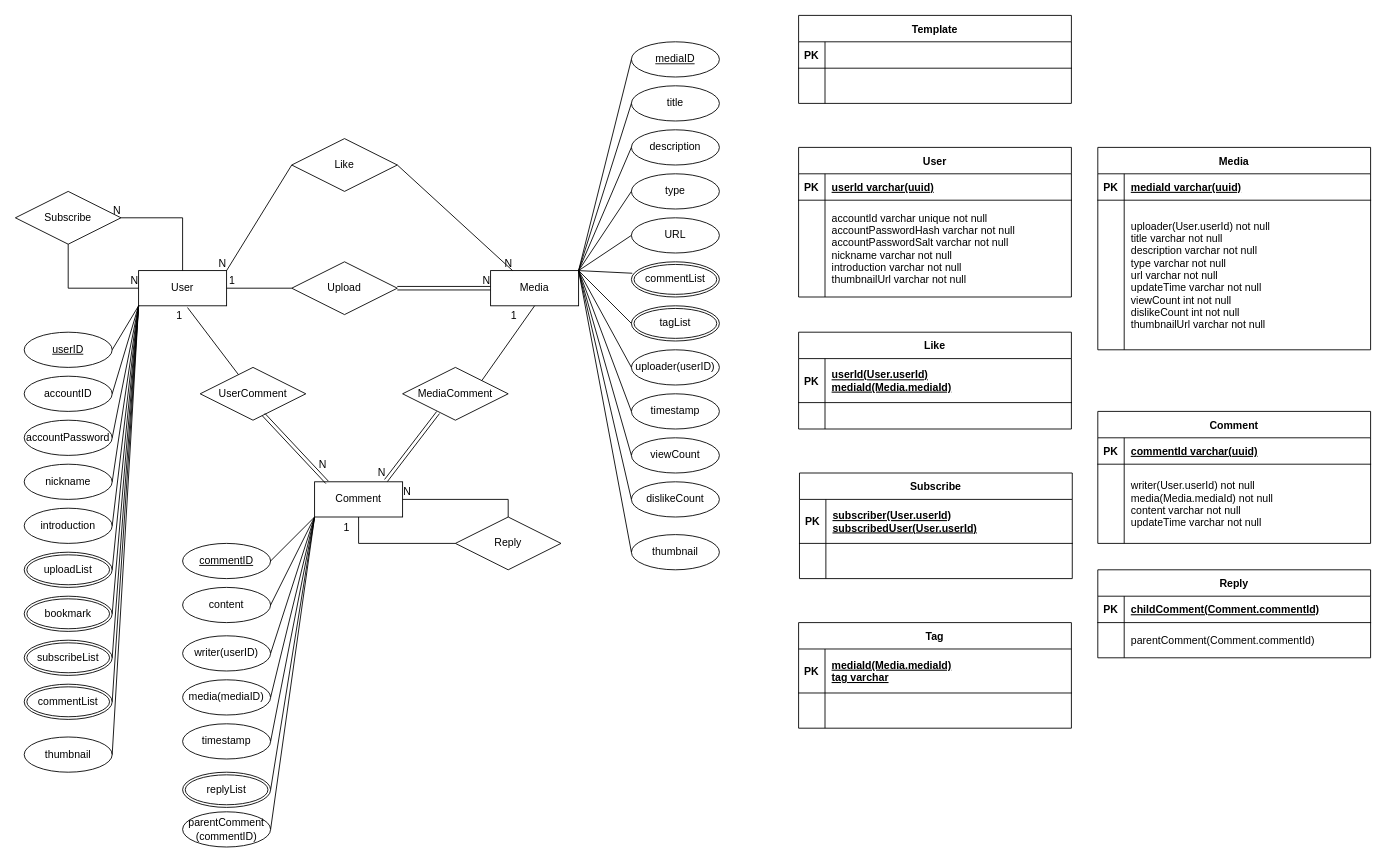
This is Schema.drawio from HubTea/MyMediaLibrary, a draw.io file, before an edit. Source tidied: cells renumbered, new cells numbered last; positions are measured from the earlier drawing's top-left corner, leaving out a move shared by most shapes. Both pictures are drawn from the tidied source at 88%, with x=0, y=0 at pixel (15, 15).
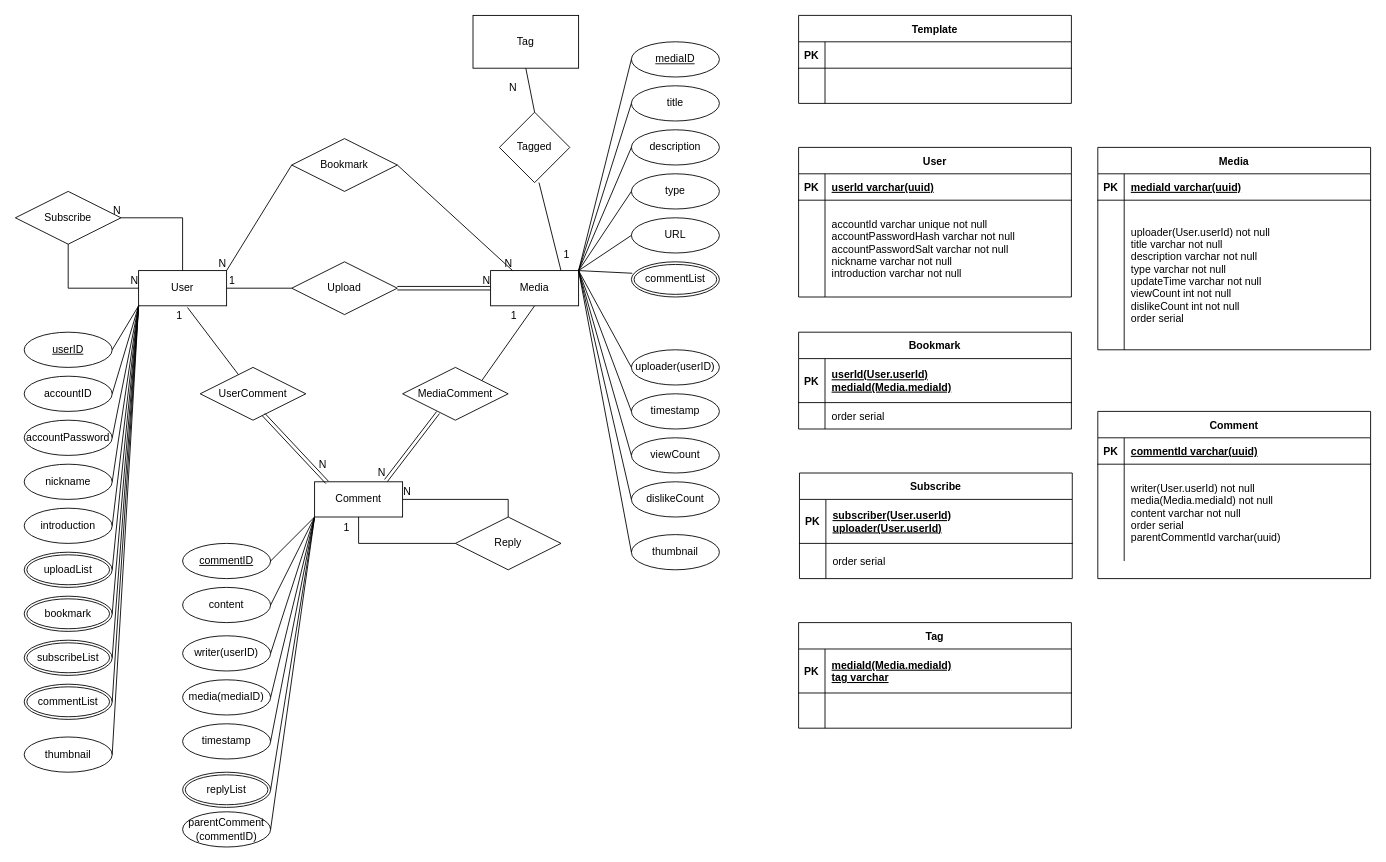
The same diagram, later.

Unchanged cells that the change refers to:
```xml
<mxCell id="85" style="shape=tableRow;horizontal=0;startSize=0;swimlaneHead=0;swimlaneBody=0;fillColor=none;top=0;left=0;right=0;bottom=0;" parent="81" vertex="1">
  <mxGeometry y="60" width="310" height="110" as="geometry" />
</mxCell>
<mxCell id="97" style="shape=tableRow;horizontal=0;startSize=0;swimlaneHead=0;swimlaneBody=0;fillColor=none;top=0;left=0;right=0;bottom=0;" parent="93" vertex="1">
  <mxGeometry y="80" width="310" height="30" as="geometry" />
</mxCell>
<mxCell id="108" style="shape=tableRow;horizontal=0;startSize=0;swimlaneHead=0;swimlaneBody=0;fillColor=none;top=0;left=0;right=0;bottom=1;" parent="107" vertex="1">
  <mxGeometry y="30" width="310" height="50" as="geometry" />
</mxCell>
<mxCell id="111" style="shape=tableRow;horizontal=0;startSize=0;swimlaneHead=0;swimlaneBody=0;fillColor=none;top=0;left=0;right=0;bottom=0;" parent="107" vertex="1">
  <mxGeometry y="80" width="310" height="40" as="geometry" />
</mxCell>
<mxCell id="118" style="shape=tableRow;horizontal=0;startSize=0;swimlaneHead=0;swimlaneBody=0;fillColor=none;top=0;left=0;right=0;bottom=0;" parent="114" vertex="1">
  <mxGeometry y="60" width="310" height="170" as="geometry" />
</mxCell>
```

What changed in the source:
```diff
@@
-    <mxCell id="65" value="tagList" style="ellipse;shape=doubleEllipse;margin=3;whiteSpace=wrap;html=1;align=center;" parent="1" vertex="1">
-      <mxGeometry x="700" y="330" width="100" height="40" as="geometry" />
-    </mxCell>
@@
-    <mxCell id="72" style="endArrow=none;html=1;rounded=0;entryX=0;entryY=0.5;entryDx=0;entryDy=0;" parent="1" edge="1" target="65">
-      <mxGeometry relative="1" as="geometry">
-        <mxPoint x="640" y="290" as="sourcePoint" />
-      </mxGeometry>
-    </mxCell>
@@
-    <mxCell id="87" value="accountId varchar unique not null&#10;accountPasswordHash varchar not null&#10;accountPasswordSalt varchar not null&#10;nickname varchar not null&#10;introduction varchar not null&#10;thumbnailUrl varchar not null" style="shape=partialRectangle;fillColor=none;top=0;left=0;bottom=0;right=0;align=left;spacingLeft=6;overflow=hidden;" parent="85" vertex="1">
+    <mxCell id="87" value="accountId varchar unique not null&#10;accountPasswordHash varchar not null&#10;accountPasswordSalt varchar not null&#10;nickname varchar not null&#10;introduction varchar not null" style="shape=partialRectangle;fillColor=none;top=0;left=0;bottom=0;right=0;align=left;spacingLeft=6;overflow=hidden;" parent="85" vertex="1">
       <mxGeometry x="30" width="280" height="110" as="geometry" />
     </mxCell>
-    <mxCell id="88" value="Like" style="shape=rhombus;perimeter=rhombusPerimeter;whiteSpace=wrap;html=1;align=center;" parent="1" vertex="1">
+    <mxCell id="88" value="Bookmark" style="shape=rhombus;perimeter=rhombusPerimeter;whiteSpace=wrap;html=1;align=center;" parent="1" vertex="1">
       <mxGeometry x="314" y="140" width="120" height="60" as="geometry" />
     </mxCell>
@@
-    <mxCell id="93" value="Like" style="shape=table;startSize=30;childLayout=tableLayout;rowLines=0;fontStyle=1;align=center;" parent="1" vertex="1">
+    <mxCell id="93" value="Bookmark" style="shape=table;startSize=30;childLayout=tableLayout;rowLines=0;fontStyle=1;align=center;" parent="1" vertex="1">
       <mxGeometry x="890" y="360" width="310" height="110" as="geometry" />
     </mxCell>
@@
-    <mxCell id="99" style="shape=partialRectangle;fillColor=none;top=0;left=0;bottom=0;right=0;align=left;spacingLeft=6;overflow=hidden;" parent="97" vertex="1">
+    <mxCell id="99" value="order serial" style="shape=partialRectangle;fillColor=none;top=0;left=0;bottom=0;right=0;align=left;spacingLeft=6;overflow=hidden;" parent="97" vertex="1">
       <mxGeometry x="30" width="280" height="30" as="geometry" />
     </mxCell>
@@
-    <mxCell id="110" value="subscriber(User.userId)&#10;subscribedUser(User.userId)" style="shape=partialRectangle;fillColor=none;top=0;left=0;bottom=0;right=0;align=left;spacingLeft=6;fontStyle=5;overflow=hidden;" parent="108" vertex="1">
+    <mxCell id="110" value="subscriber(User.userId)&#10;uploader(User.userId)" style="shape=partialRectangle;fillColor=none;top=0;left=0;bottom=0;right=0;align=left;spacingLeft=6;fontStyle=5;overflow=hidden;" parent="108" vertex="1">
       <mxGeometry x="30" width="280" height="50" as="geometry" />
     </mxCell>
@@
-    <mxCell id="113" style="shape=partialRectangle;fillColor=none;top=0;left=0;bottom=0;right=0;align=left;spacingLeft=6;overflow=hidden;" parent="111" vertex="1">
+    <mxCell id="113" value="order serial " style="shape=partialRectangle;fillColor=none;top=0;left=0;bottom=0;right=0;align=left;spacingLeft=6;overflow=hidden;" parent="111" vertex="1">
       <mxGeometry x="30" width="280" height="40" as="geometry" />
     </mxCell>
@@
-    <mxCell id="120" value="uploader(User.userId) not null&#10;title varchar not null&#10;description varchar not null&#10;type varchar not null&#10;url varchar not null&#10;updateTime varchar not null&#10;viewCount int not null&#10;dislikeCount int not null&#10;thumbnailUrl varchar not null" style="shape=partialRectangle;fillColor=none;top=0;left=0;bottom=0;right=0;align=left;spacingLeft=6;overflow=hidden;" parent="118" vertex="1">
+    <mxCell id="120" value="uploader(User.userId) not null&#10;title varchar not null&#10;description varchar not null&#10;type varchar not null&#10;updateTime varchar not null&#10;viewCount int not null&#10;dislikeCount int not null&#10;order serial" style="shape=partialRectangle;fillColor=none;top=0;left=0;bottom=0;right=0;align=left;spacingLeft=6;overflow=hidden;" parent="118" vertex="1">
       <mxGeometry x="30" width="280" height="170" as="geometry" />
     </mxCell>
     <mxCell id="121" value="Comment" style="shape=table;startSize=30;childLayout=tableLayout;rowLines=0;fontStyle=1;align=center;" parent="1" vertex="1">
-      <mxGeometry x="1230" y="450" width="310" height="150" as="geometry" />
+      <mxGeometry x="1230" y="450" width="310" height="190" as="geometry" />
     </mxCell>
@@
     <mxCell id="125" style="shape=tableRow;horizontal=0;startSize=0;swimlaneHead=0;swimlaneBody=0;fillColor=none;top=0;left=0;right=0;bottom=0;" parent="121" vertex="1">
-      <mxGeometry y="60" width="310" height="90" as="geometry" />
+      <mxGeometry y="60" width="310" height="110" as="geometry" />
     </mxCell>
     <mxCell id="126" style="shape=partialRectangle;fillColor=none;top=0;left=0;bottom=0;right=0;overflow=hidden;" parent="125" vertex="1">
-      <mxGeometry width="30" height="90" as="geometry" />
+      <mxGeometry width="30" height="110" as="geometry" />
     </mxCell>
-    <mxCell id="127" value="writer(User.userId) not null&#10;media(Media.mediaId) not null&#10;content varchar not null&#10;updateTime varchar not null" style="shape=partialRectangle;fillColor=none;top=0;left=0;bottom=0;right=0;align=left;spacingLeft=6;overflow=hidden;" parent="125" vertex="1">
-      <mxGeometry x="30" width="280" height="90" as="geometry" />
+    <mxCell id="127" value="writer(User.userId) not null&#10;media(Media.mediaId) not null&#10;content varchar not null&#10;order serial&#10;parentCommentId varchar(uuid)" style="shape=partialRectangle;fillColor=none;top=0;left=0;bottom=0;right=0;align=left;spacingLeft=6;overflow=hidden;" parent="125" vertex="1">
+      <mxGeometry x="30" width="280" height="110" as="geometry" />
     </mxCell>
@@
-    <mxCell id="129" value="Reply" style="shape=table;startSize=30;childLayout=tableLayout;rowLines=0;fontStyle=1;align=center;" parent="1" vertex="1">
-      <mxGeometry x="1230" y="630" width="310" height="100" as="geometry" />
-    </mxCell>
-    <mxCell id="130" style="shape=tableRow;horizontal=0;startSize=0;swimlaneHead=0;swimlaneBody=0;fillColor=none;top=0;left=0;right=0;bottom=1;" parent="129" vertex="1">
-      <mxGeometry y="30" width="310" height="30" as="geometry" />
-    </mxCell>
-    <mxCell id="131" value="PK" style="shape=partialRectangle;fillColor=none;top=0;left=0;bottom=0;right=0;fontStyle=1;overflow=hidden;" parent="130" vertex="1">
-      <mxGeometry width="30" height="30" as="geometry" />
-    </mxCell>
-    <mxCell id="132" value="childComment(Comment.commentId)" style="shape=partialRectangle;fillColor=none;top=0;left=0;bottom=0;right=0;align=left;spacingLeft=6;fontStyle=5;overflow=hidden;" parent="130" vertex="1">
-      <mxGeometry x="30" width="280" height="30" as="geometry" />
-    </mxCell>
-    <mxCell id="133" style="shape=tableRow;horizontal=0;startSize=0;swimlaneHead=0;swimlaneBody=0;fillColor=none;top=0;left=0;right=0;bottom=0;" parent="129" vertex="1">
-      <mxGeometry y="60" width="310" height="40" as="geometry" />
-    </mxCell>
-    <mxCell id="134" style="shape=partialRectangle;fillColor=none;top=0;left=0;bottom=0;right=0;overflow=hidden;" parent="133" vertex="1">
-      <mxGeometry width="30" height="40" as="geometry" />
-    </mxCell>
-    <mxCell id="135" value="parentComment(Comment.commentId)" style="shape=partialRectangle;fillColor=none;top=0;left=0;bottom=0;right=0;align=left;spacingLeft=6;overflow=hidden;" parent="133" vertex="1">
-      <mxGeometry x="30" width="280" height="40" as="geometry" />
-    </mxCell>
@@
+    <mxCell id="149" value="Tag" style="rounded=0;whiteSpace=wrap;html=1;" parent="1" vertex="1">
+      <mxGeometry x="520" width="120" height="60" as="geometry" />
+    </mxCell>
+    <mxCell id="150" value="Tagged" style="rhombus;whiteSpace=wrap;html=1;" parent="1" vertex="1">
+      <mxGeometry x="550" y="110" width="80" height="80" as="geometry" />
+    </mxCell>
+    <mxCell id="151" style="endArrow=none;html=1;rounded=0;exitX=0.5;exitY=1;exitDx=0;exitDy=0;entryX=0.75;entryY=0;entryDx=0;entryDy=0;" parent="1" edge="1">
+      <mxGeometry relative="1" as="geometry">
+        <mxPoint x="595" y="190" as="sourcePoint" />
+        <mxPoint x="620" y="290" as="targetPoint" />
+      </mxGeometry>
+    </mxCell>
+    <mxCell id="152" value="1" style="html=1;align=right;verticalAlign=bottom;" parent="151" vertex="1">
+      <mxGeometry x="1" relative="1" as="geometry">
+        <mxPoint x="10" y="-10" as="offset" />
+      </mxGeometry>
+    </mxCell>
+    <mxCell id="153" style="endArrow=none;html=1;rounded=0;exitX=0.5;exitY=0;exitDx=0;exitDy=0;entryX=0.5;entryY=1;entryDx=0;entryDy=0;" parent="1" edge="1" source="150" target="149">
+      <mxGeometry relative="1" as="geometry" />
+    </mxCell>
+    <mxCell id="154" value="N" style="html=1;align=right;verticalAlign=bottom;" parent="153" vertex="1">
+      <mxGeometry x="1" relative="1" as="geometry">
+        <mxPoint x="-10" y="30" as="offset" />
+      </mxGeometry>
+    </mxCell>
```
